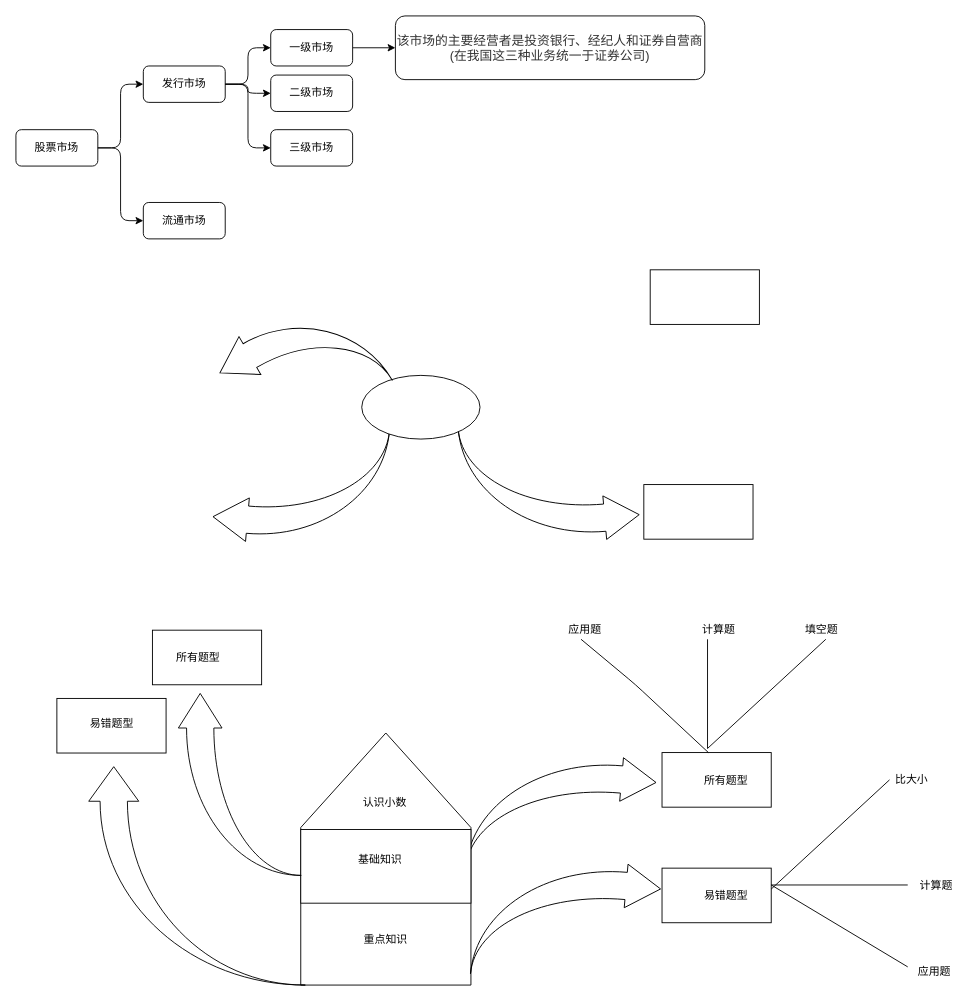
Before: 股票概念.drawio in UTOUUCENTER-CD/draw.io, a draw.io diagram. Source tidied: cells renumbered, new cells numbered last; positions are measured from the earlier drawing's top-left corner, leaving out a move shared by most shapes. Both pictures are drawn from the tidied source at 91%, with x=0, y=0 at pixel (15, 15).
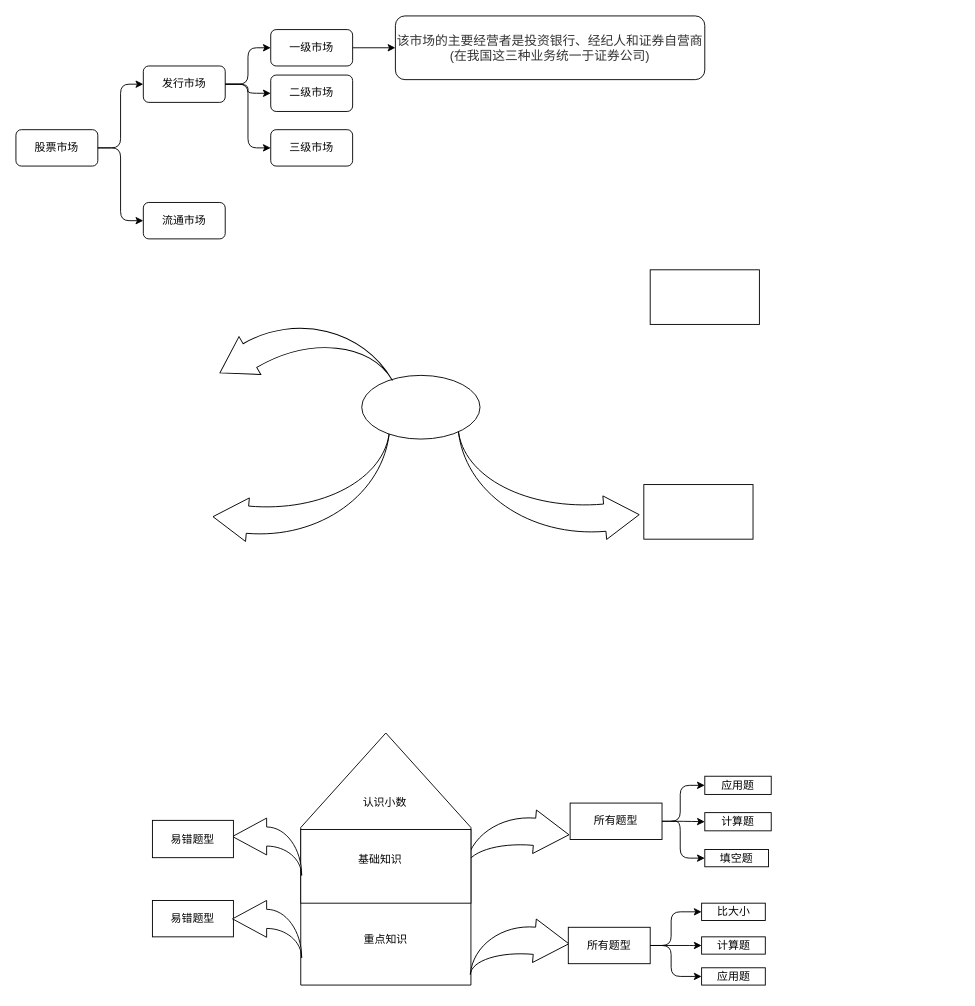
After the change.

What changed in the source:
```diff
@@
     <mxCell id="16" value="&lt;font color=&quot;#ba0000&quot; face=&quot;monospace&quot;&gt;&lt;span style=&quot;font-size: 0px ; background-color: rgb(248 , 249 , 250)&quot;&gt;c&lt;/span&gt;&lt;/font&gt;" style="html=1;shadow=0;dashed=0;align=center;verticalAlign=middle;shape=mxgraph.arrows2.jumpInArrow;dy=15;dx=38;arrowHead=48;rotation=5;" parent="1" vertex="1">
-      <mxGeometry x="500" y="809.5" width="200" height="135" as="geometry" />
+      <mxGeometry x="497" y="871" width="110" height="70" as="geometry" />
     </mxCell>
@@
-    <mxCell id="27" value="&lt;font color=&quot;#ba0000&quot; face=&quot;monospace&quot;&gt;&lt;span style=&quot;font-size: 0px ; background-color: rgb(248 , 249 , 250)&quot;&gt;c&lt;/span&gt;&lt;/font&gt;" style="html=1;shadow=0;dashed=0;align=center;verticalAlign=middle;shape=mxgraph.arrows2.jumpInArrow;dy=15;dx=38;arrowHead=48;rotation=0;direction=north;" parent="1" vertex="1">
-      <mxGeometry x="178.5" y="744.5" width="135" height="200" as="geometry" />
+    <mxCell id="27" value="&lt;font color=&quot;#ba0000&quot; face=&quot;monospace&quot;&gt;&lt;span style=&quot;font-size: 0px ; background-color: rgb(248 , 249 , 250)&quot;&gt;c&lt;/span&gt;&lt;/font&gt;" style="html=1;shadow=0;dashed=0;align=center;verticalAlign=middle;shape=mxgraph.arrows2.jumpInArrow;dy=10.5;dx=37.5;arrowHead=40.5;rotation=-90;direction=north;flipV=0;flipH=1;" parent="1" vertex="1">
+      <mxGeometry x="244.5" y="875" width="63" height="76" as="geometry" />
     </mxCell>
-    <mxCell id="28" style="rounded=0;whiteSpace=wrap;html=1;" parent="1" vertex="1">
-      <mxGeometry x="150" y="675" width="120" height="60" as="geometry" />
+    <mxCell id="28" value="易错题型" style="rounded=0;whiteSpace=wrap;html=1;" parent="1" vertex="1">
+      <mxGeometry x="150" y="884" width="89" height="41" as="geometry" />
     </mxCell>
-    <mxCell id="29" style="rounded=0;whiteSpace=wrap;html=1;" parent="1" vertex="1">
-      <mxGeometry x="710" y="809.5" width="120" height="60" as="geometry" />
+    <mxCell id="29" value="所有题型" style="rounded=0;whiteSpace=wrap;html=1;" parent="1" vertex="1">
+      <mxGeometry x="609" y="865" width="101" height="40" as="geometry" />
     </mxCell>
     <mxCell id="30" value="&lt;font color=&quot;#ba0000&quot; face=&quot;monospace&quot;&gt;&lt;span style=&quot;font-size: 0px ; background-color: rgb(248 , 249 , 250)&quot;&gt;c&lt;/span&gt;&lt;/font&gt;" style="html=1;shadow=0;dashed=0;align=center;verticalAlign=middle;shape=mxgraph.arrows2.jumpInArrow;dy=15;dx=38;arrowHead=48;rotation=5;" parent="1" vertex="1">
-      <mxGeometry x="505" y="926.5" width="200" height="135" as="geometry" />
+      <mxGeometry x="502" y="991" width="105" height="67" as="geometry" />
     </mxCell>
-    <mxCell id="31" style="rounded=0;whiteSpace=wrap;html=1;" parent="1" vertex="1">
-      <mxGeometry x="710" y="936.5" width="120" height="60" as="geometry" />
-    </mxCell>
-    <mxCell id="32" style="html=1;shadow=0;dashed=0;align=center;verticalAlign=middle;shape=mxgraph.arrows2.jumpInArrow;dy=15;dx=38;arrowHead=55;direction=north;" parent="1" vertex="1">
-      <mxGeometry x="80" y="825" width="238" height="240" as="geometry" />
-    </mxCell>
-    <mxCell id="33" style="rounded=0;whiteSpace=wrap;html=1;" parent="1" vertex="1">
-      <mxGeometry x="45" y="750" width="120" height="60" as="geometry" />
+    <mxCell id="33" value="易错题型" style="rounded=0;whiteSpace=wrap;html=1;" parent="1" vertex="1">
+      <mxGeometry x="150" y="972" width="89" height="40" as="geometry" />
     </mxCell>
-    <mxCell id="34" value="所有题型" style="text;html=1;align=center;verticalAlign=middle;" parent="1" vertex="1">
-      <mxGeometry x="750" y="829.5" width="60" height="20" as="geometry" />
-    </mxCell>
-    <mxCell id="35" value="所有题型" style="text;html=1;align=center;verticalAlign=middle;" parent="1" vertex="1">
-      <mxGeometry x="170" y="695" width="60" height="20" as="geometry" />
-    </mxCell>
-    <mxCell id="36" value="易错题型" style="text;html=1;align=center;verticalAlign=middle;" parent="1" vertex="1">
-      <mxGeometry x="75" y="768" width="60" height="20" as="geometry" />
-    </mxCell>
-    <mxCell id="37" value="易错题型" style="text;html=1;align=center;verticalAlign=middle;" parent="1" vertex="1">
-      <mxGeometry x="750" y="956.5" width="60" height="20" as="geometry" />
-    </mxCell>
-    <mxCell id="38" style="endArrow=none;html=1;entryX=0.5;entryY=0;entryDx=0;entryDy=0;" parent="1" edge="1">
-      <mxGeometry relative="1" as="geometry">
-        <mxPoint x="621" y="685" as="sourcePoint" />
-        <mxPoint x="761" y="809.5" as="targetPoint" />
-        <Array as="points">
-          <mxPoint x="681" y="735" />
-        </Array>
-      </mxGeometry>
-    </mxCell>
-    <mxCell id="39" style="endArrow=none;html=1;" parent="1" edge="1">
-      <mxGeometry relative="1" as="geometry">
-        <mxPoint x="760" y="685" as="sourcePoint" />
-        <mxPoint x="760" y="805" as="targetPoint" />
-      </mxGeometry>
-    </mxCell>
-    <mxCell id="40" style="endArrow=none;html=1;" parent="1" edge="1">
-      <mxGeometry relative="1" as="geometry">
-        <mxPoint x="890" y="685" as="sourcePoint" />
-        <mxPoint x="760" y="805" as="targetPoint" />
-      </mxGeometry>
-    </mxCell>
-    <mxCell id="41" value="应用题" style="text;html=1;align=center;verticalAlign=middle;" parent="1" vertex="1">
-      <mxGeometry x="600" y="665" width="50" height="20" as="geometry" />
-    </mxCell>
-    <mxCell id="42" value="计算题" style="text;html=1;align=center;verticalAlign=middle;" parent="1" vertex="1">
-      <mxGeometry x="747" y="665" width="50" height="20" as="geometry" />
-    </mxCell>
+    <mxCell id="50" style="edgeStyle=elbowEdgeStyle;elbow=horizontal;endArrow=classic;html=1;exitX=1;exitY=0.5;exitDx=0;exitDy=0;entryX=0;entryY=0.5;entryDx=0;entryDy=0;" parent="1" edge="1" source="29" target="51">
+      <mxGeometry relative="1" as="geometry">
+        <Array as="points">
+          <mxPoint x="730" y="865" />
+          <mxPoint x="750" y="875" />
+          <mxPoint x="754" y="815" />
+          <mxPoint x="754" y="845" />
+        </Array>
+      </mxGeometry>
+    </mxCell>
+    <mxCell id="51" value="应用题" style="rounded=0;whiteSpace=wrap;html=1;" parent="1" vertex="1">
+      <mxGeometry x="757" y="835.5" width="73" height="20" as="geometry" />
+    </mxCell>
+    <mxCell id="52" value="计算题" style="rounded=0;whiteSpace=wrap;html=1;" parent="1" vertex="1">
+      <mxGeometry x="757" y="875.5" width="73" height="20" as="geometry" />
+    </mxCell>
-    <mxCell id="43" value="填空题" style="text;html=1;align=center;verticalAlign=middle;points=[];" parent="1" vertex="1">
-      <mxGeometry x="860" y="665" width="50" height="20" as="geometry" />
+    <mxCell id="43" value="填空题" style="rounded=0;whiteSpace=wrap;html=1;" parent="1" vertex="1">
+      <mxGeometry x="757" y="916" width="70" height="19" as="geometry" />
     </mxCell>
-    <mxCell id="44" style="endArrow=none;html=1;" parent="1" edge="1">
-      <mxGeometry relative="1" as="geometry">
-        <mxPoint x="960" y="839.5" as="sourcePoint" />
-        <mxPoint x="830" y="959.5" as="targetPoint" />
-      </mxGeometry>
-    </mxCell>
-    <mxCell id="45" style="endArrow=none;html=1;" parent="1" edge="1">
-      <mxGeometry relative="1" as="geometry">
-        <mxPoint x="980" y="955" as="sourcePoint" />
-        <mxPoint x="830" y="955" as="targetPoint" />
-      </mxGeometry>
-    </mxCell>
-    <mxCell id="46" style="endArrow=none;html=1;" parent="1" edge="1">
-      <mxGeometry relative="1" as="geometry">
-        <mxPoint x="980" y="1045" as="sourcePoint" />
-        <mxPoint x="830" y="955" as="targetPoint" />
-      </mxGeometry>
-    </mxCell>
+    <mxCell id="53" style="edgeStyle=elbowEdgeStyle;elbow=horizontal;endArrow=classic;html=1;exitX=1;exitY=0.5;exitDx=0;exitDy=0;entryX=0;entryY=0.5;entryDx=0;entryDy=0;" parent="1" edge="1" source="29" target="52">
+      <mxGeometry relative="1" as="geometry" />
+    </mxCell>
+    <mxCell id="54" style="edgeStyle=elbowEdgeStyle;elbow=horizontal;endArrow=classic;html=1;" parent="1" edge="1" target="43">
+      <mxGeometry relative="1" as="geometry">
+        <mxPoint x="720" y="885" as="sourcePoint" />
+        <Array as="points">
+          <mxPoint x="730" y="905" />
+          <mxPoint x="750" y="905" />
+        </Array>
+      </mxGeometry>
+    </mxCell>
+    <mxCell id="55" style="edgeStyle=elbowEdgeStyle;elbow=horizontal;endArrow=classic;html=1;exitX=1;exitY=0.5;exitDx=0;exitDy=0;entryX=0;entryY=0.5;entryDx=0;entryDy=0;" parent="1" edge="1" source="56" target="47">
+      <mxGeometry relative="1" as="geometry">
+        <Array as="points">
+          <mxPoint x="720" y="1005" />
+          <mxPoint x="750.5" y="985" />
+        </Array>
+      </mxGeometry>
+    </mxCell>
+    <mxCell id="56" value="所有题型" style="rounded=0;whiteSpace=wrap;html=1;" parent="1" vertex="1">
+      <mxGeometry x="607" y="1001.5" width="90" height="40" as="geometry" />
+    </mxCell>
+    <mxCell id="57" value="计算题" style="rounded=0;whiteSpace=wrap;html=1;" parent="1" vertex="1">
+      <mxGeometry x="753.5" y="1012" width="70" height="19" as="geometry" />
+    </mxCell>
-    <mxCell id="47" value="比大小" style="text;html=1;align=center;verticalAlign=middle;points=[];" parent="1" vertex="1">
-      <mxGeometry x="959" y="829" width="50" height="20" as="geometry" />
+    <mxCell id="47" value="比大小" style="rounded=0;whiteSpace=wrap;html=1;" parent="1" vertex="1">
+      <mxGeometry x="753.5" y="975" width="70" height="19" as="geometry" />
     </mxCell>
-    <mxCell id="48" value="计算题" style="text;html=1;align=center;verticalAlign=middle;" parent="1" vertex="1">
-      <mxGeometry x="986" y="946" width="50" height="20" as="geometry" />
-    </mxCell>
-    <mxCell id="49" value="应用题" style="text;html=1;align=center;verticalAlign=middle;" parent="1" vertex="1">
-      <mxGeometry x="984" y="1040" width="50" height="20" as="geometry" />
-    </mxCell>
+    <mxCell id="58" style="edgeStyle=elbowEdgeStyle;elbow=horizontal;endArrow=classic;html=1;exitX=1;exitY=0.5;exitDx=0;exitDy=0;entryX=0;entryY=0.5;entryDx=0;entryDy=0;" parent="1" edge="1" source="56" target="57">
+      <mxGeometry relative="1" as="geometry">
+        <Array as="points">
+          <mxPoint x="750" y="1005" />
+          <mxPoint x="780" y="1015" />
+          <mxPoint x="760.5" y="995" />
+        </Array>
+      </mxGeometry>
+    </mxCell>
+    <mxCell id="59" value="应用题" style="rounded=0;whiteSpace=wrap;html=1;" parent="1" vertex="1">
+      <mxGeometry x="753.5" y="1046" width="70" height="19" as="geometry" />
+    </mxCell>
+    <mxCell id="60" value="&lt;font color=&quot;#ba0000&quot; face=&quot;monospace&quot;&gt;&lt;span style=&quot;font-size: 0px ; background-color: rgb(248 , 249 , 250)&quot;&gt;c&lt;/span&gt;&lt;/font&gt;" style="html=1;shadow=0;dashed=0;align=center;verticalAlign=middle;shape=mxgraph.arrows2.jumpInArrow;dy=10.5;dx=37.5;arrowHead=40.5;rotation=-90;direction=north;flipV=0;flipH=1;" parent="1" vertex="1">
+      <mxGeometry x="244.5" y="965.5" width="63" height="76" as="geometry" />
+    </mxCell>
+    <mxCell id="61" style="edgeStyle=elbowEdgeStyle;elbow=horizontal;endArrow=classic;html=1;exitX=1;exitY=0.5;exitDx=0;exitDy=0;entryX=0;entryY=0.5;entryDx=0;entryDy=0;" parent="1" edge="1" source="56" target="59">
+      <mxGeometry relative="1" as="geometry">
+        <Array as="points">
+          <mxPoint x="720" y="1045" />
+          <mxPoint x="750" y="1035" />
+          <mxPoint x="760" y="1015" />
+          <mxPoint x="790" y="1025" />
+          <mxPoint x="770.5" y="1005" />
+        </Array>
+      </mxGeometry>
+    </mxCell>
```
